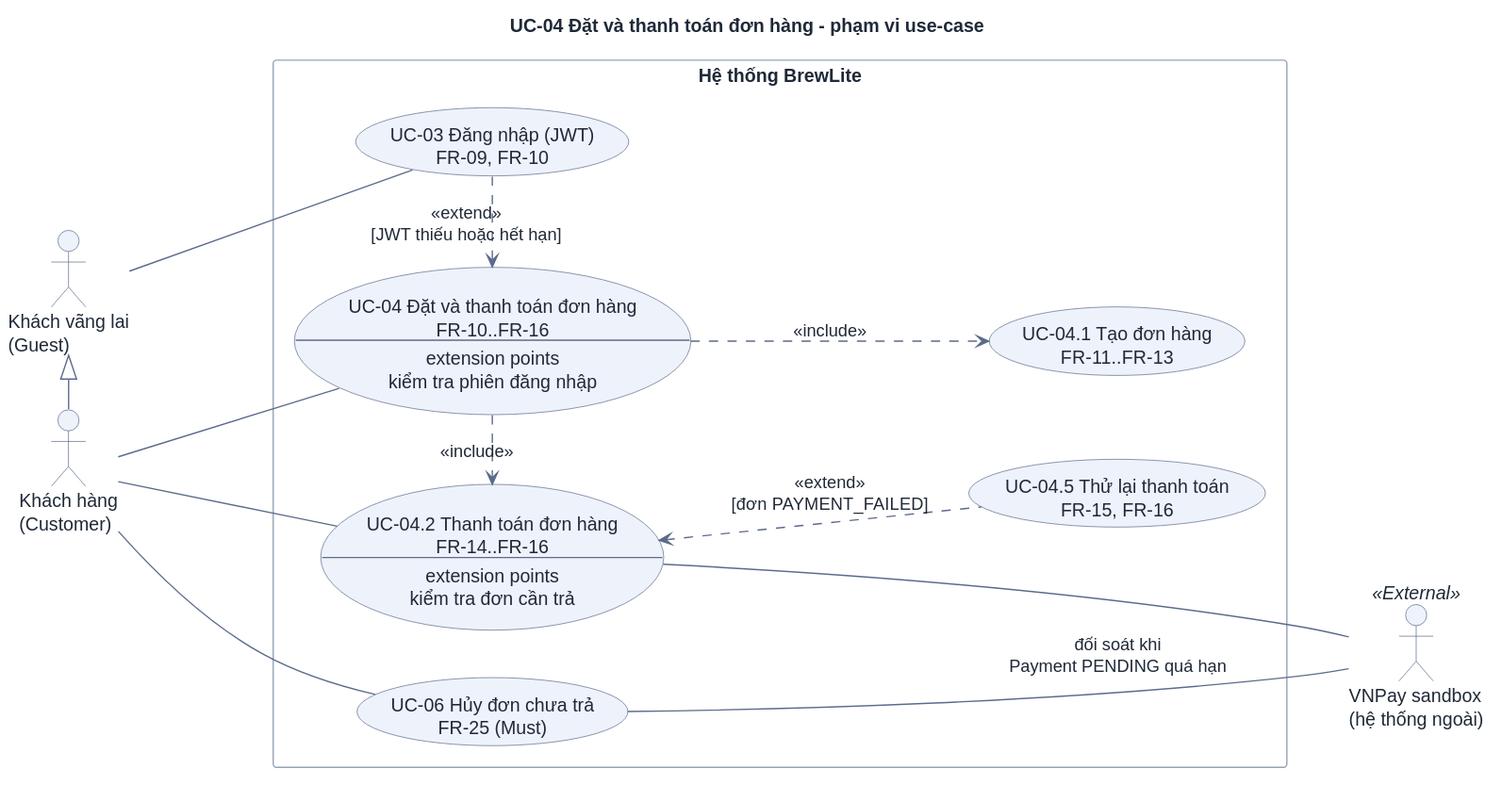
Above: docs/requirements/uc-checkout.svg in DuVinhLoi/BrewLite (PlantUML), before the change.
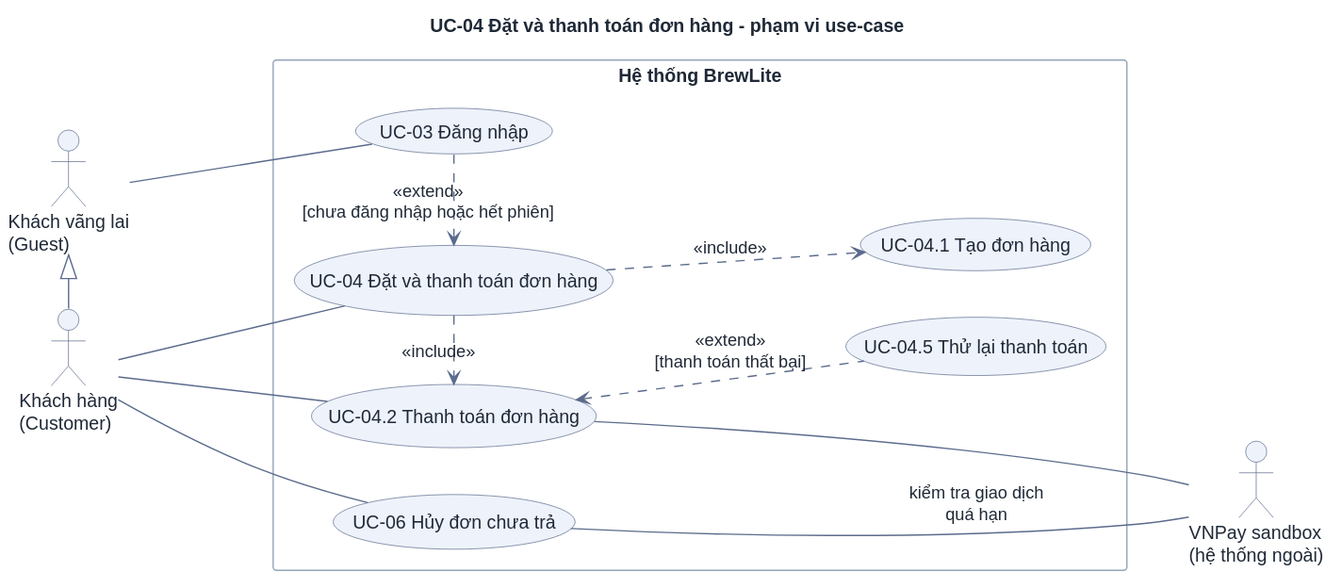
After the change.

Commit message:
docs(uc): simplify use-case diagrams and fix their layout

What changed in the source:
```diff
@@ -16,24 +16,15 @@
 
 actor "Khách vãng lai\n(Guest)" as Guest
 actor "Khách hàng\n(Customer)" as Customer
-actor "VNPay sandbox\n(hệ thống ngoài)" as Pay <<External>>
-
+actor "VNPay sandbox\n(hệ thống ngoài)" as Pay
 
 rectangle "Hệ thống BrewLite" {
-  usecase "UC-03 Đăng nhập (JWT)\nFR-09, FR-10" as UC03
-  usecase UC04 as "UC-04 Đặt và thanh toán đơn hàng
-FR-10..FR-16
---
-extension points
-kiểm tra phiên đăng nhập"
-  usecase "UC-04.1 Tạo đơn hàng\nFR-11..FR-13" as UC041
-  usecase UC042 as "UC-04.2 Thanh toán đơn hàng
-FR-14..FR-16
---
-extension points
-kiểm tra đơn cần trả"
-  usecase "UC-04.5 Thử lại thanh toán\nFR-15, FR-16" as UC045
-  usecase "UC-06 Hủy đơn chưa trả\nFR-25 (Must)" as UC06
+  usecase "UC-03 Đăng nhập" as UC03
+  usecase "UC-04 Đặt và thanh toán đơn hàng" as UC04
+  usecase "UC-04.1 Tạo đơn hàng" as UC041
+  usecase "UC-04.2 Thanh toán đơn hàng" as UC042
+  usecase "UC-04.5 Thử lại thanh toán" as UC045
+  usecase "UC-06 Hủy đơn chưa trả" as UC06
 }
 
 Guest <|- Customer
@@ -43,12 +34,12 @@
 Customer --- UC042
 Customer --- UC06
 
-UC03 .> UC04 : <<extend>>\n[JWT thiếu hoặc hết hạn]
+UC03 .> UC04 : <<extend>>\n[chưa đăng nhập hoặc hết phiên]
 UC04 .> UC042 : <<include>>
 UC04 ..> UC041 : <<include>>
-UC042 <.. UC045 : <<extend>>\n[đơn PAYMENT_FAILED]
+UC042 <.. UC045 : <<extend>>\n[thanh toán thất bại]
 UC042 -[hidden]> UC06
 
 UC042 --- Pay
-UC06 --- Pay : đối soát khi\nPayment PENDING quá hạn
+UC06 --- Pay : kiểm tra giao dịch\nquá hạn
 @enduml
```
